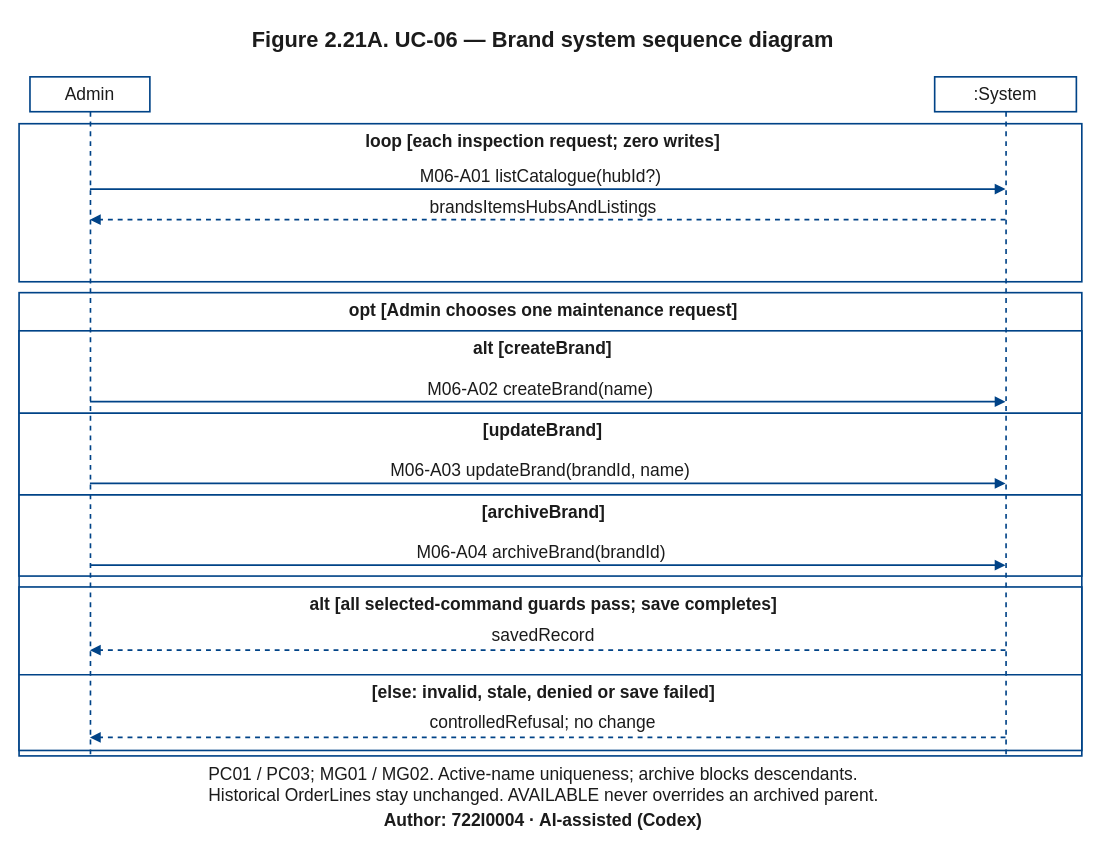
The draw.io diagram models/UC-06/ssd_uc06_PartA.drawio in Dat071104/SaigonBite, before the edit. Source tidied: cells renumbered, new cells numbered last; positions are measured from the earlier drawing's top-left corner, leaving out a move shared by most shapes. Both pictures are drawn from the tidied source at 109%, with x=0, y=0 at pixel (19, 19).
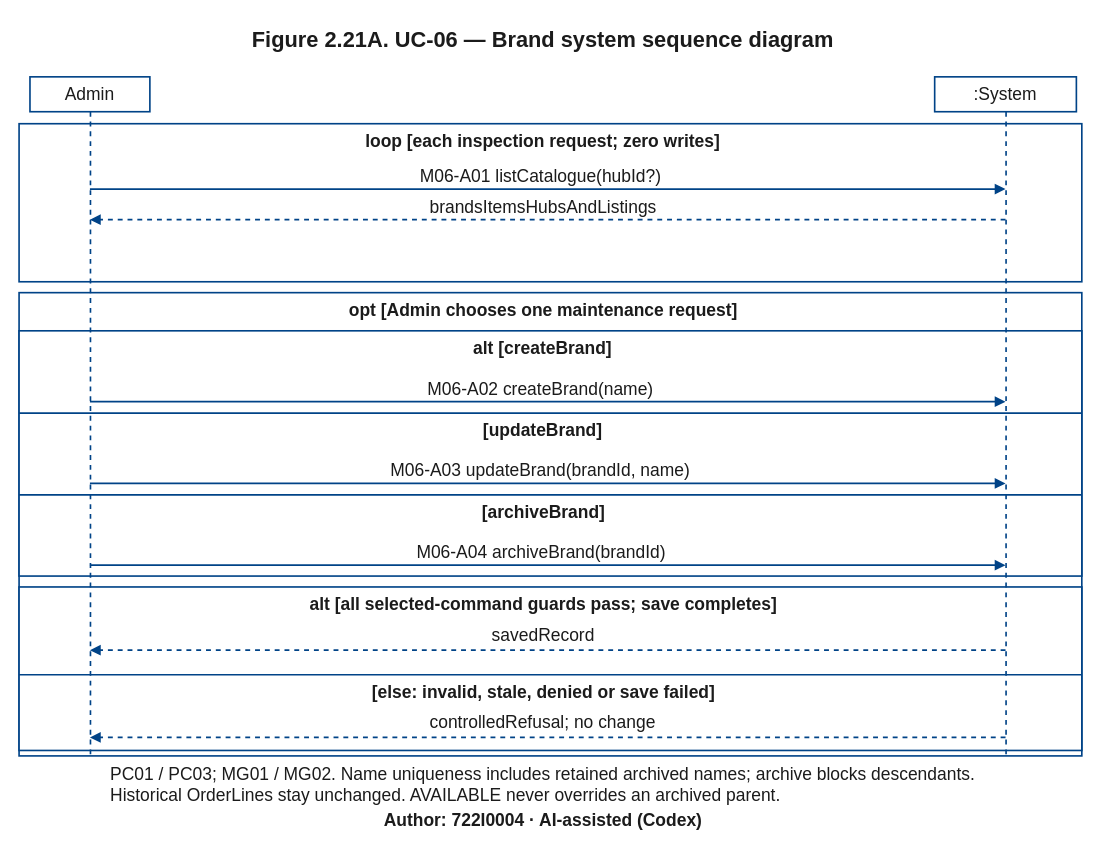
After the change.

Change to the diagram source:
```diff
@@
-    <mxCell id="38" value="PC01 / PC03; MG01 / MG02. Active-name uniqueness; archive blocks descendants.&#10;Historical OrderLines stay unchanged. AVAILABLE never overrides an archived parent." style="html=0;whiteSpace=wrap;fontFamily=Arial;fontSize=16;fontColor=#1B1B1B;text;strokeColor=none;fillColor=none;fontSize=16;fontStyle=0;" parent="1" vertex="1">
-      <mxGeometry x="171.6" y="677" width="626.9" height="48" as="geometry" />
+    <mxCell id="38" value="PC01 / PC03; MG01 / MG02. Name uniqueness includes retained archived names; archive blocks descendants.&#10;Historical OrderLines stay unchanged. AVAILABLE never overrides an archived parent." style="html=0;whiteSpace=wrap;fontFamily=Arial;fontSize=16;fontColor=#1B1B1B;text;strokeColor=none;fillColor=none;fontSize=16;fontStyle=0;" parent="1" vertex="1">
+      <mxGeometry x="82.3" y="677" width="805.3" height="48" as="geometry" />
     </mxCell>
```
